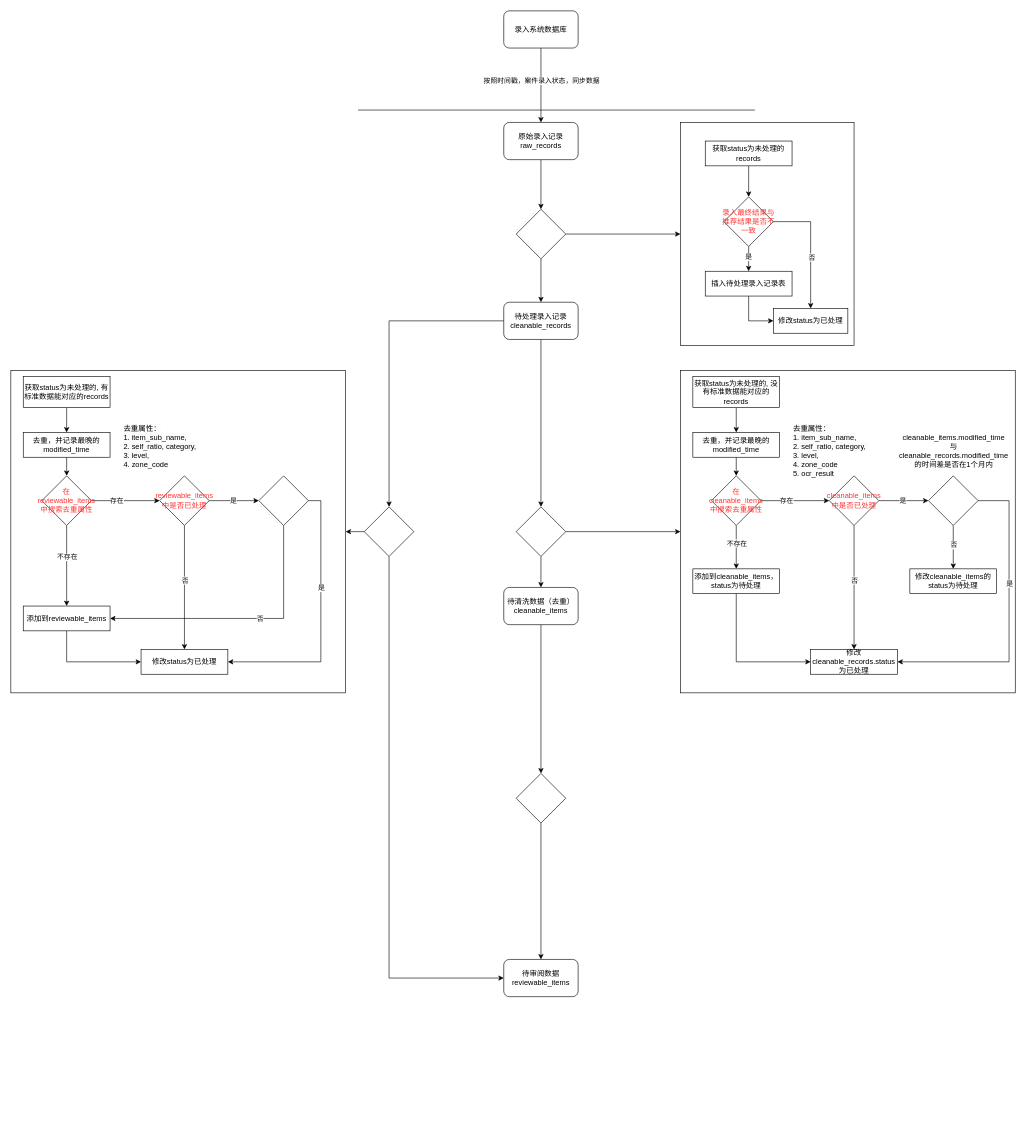
The draw.io diagram 对码/三目录反馈流程图.drawio in XiaoLiuAI/diagrams, before the edit. Source tidied: cells renumbered, new cells numbered last; positions are measured from the earlier drawing's top-left corner, leaving out a move shared by most shapes. Both pictures are drawn from the tidied source at 62%, with x=0, y=0 at pixel (11, 11).
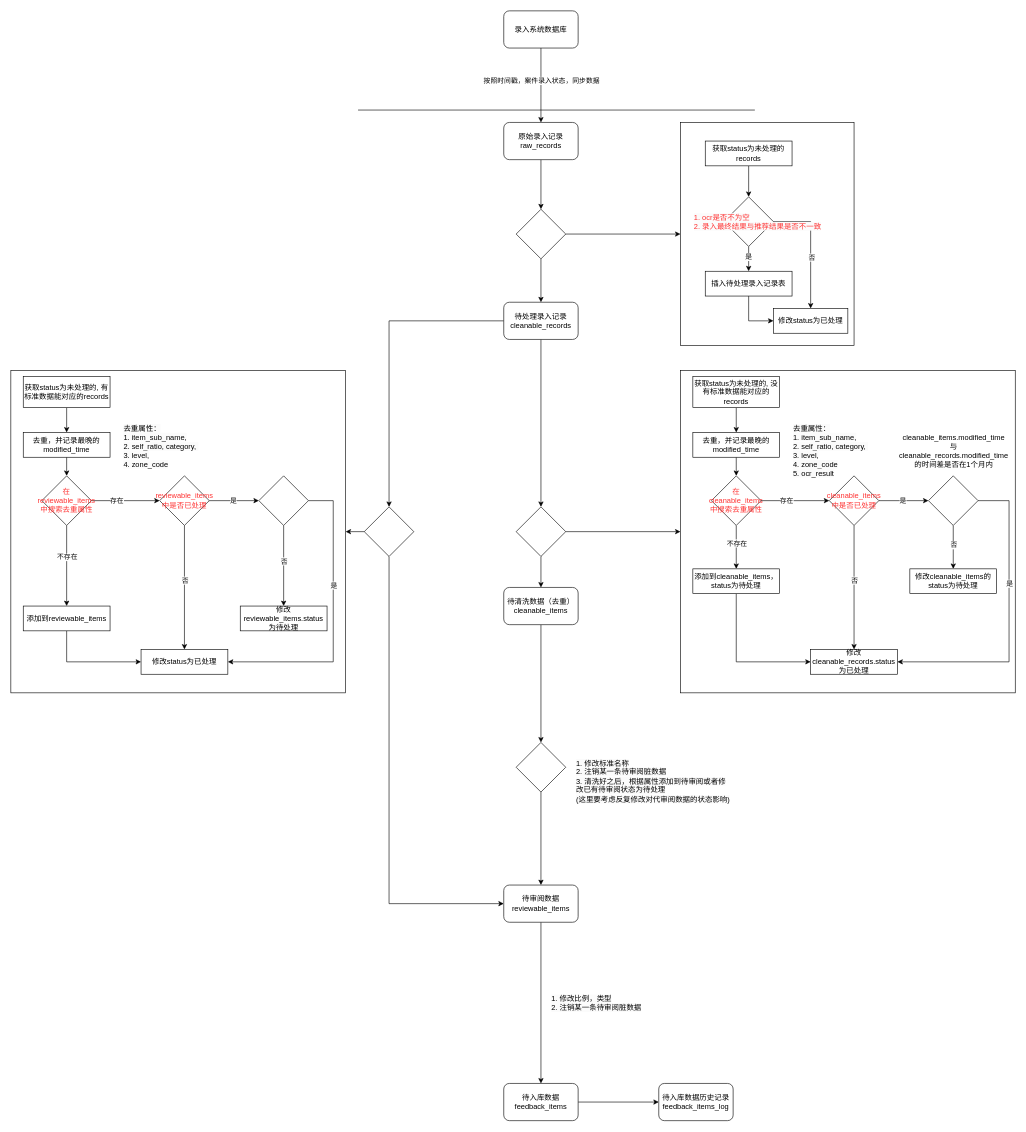
Above is the later version.

Commit message (it also covers changes not shown here):
更新三目录反馈流程图.drawio

Unchanged cells that the change refers to:
```xml
<mxCell id="76" style="rhombus;whiteSpace=wrap;html=1;spacing=-2;fontColor=#FF3333;" parent="1" vertex="1">
  <mxGeometry x="400" y="750" width="80" height="80" as="geometry" />
</mxCell>
<mxCell id="78" value="添加到reviewable_items" style="rounded=0;whiteSpace=wrap;html=1;" parent="1" vertex="1">
  <mxGeometry x="20" y="960" width="140" height="40" as="geometry" />
</mxCell>
<mxCell id="79" value="修改status为已处理" style="rounded=0;whiteSpace=wrap;html=1;" parent="1" vertex="1">
  <mxGeometry x="210" y="1030" width="140" height="40" as="geometry" />
</mxCell>
```

What changed in the source:
```diff
@@
-    <mxCell id="25" value="录入最终结果与推荐结果是否不一致" style="rhombus;whiteSpace=wrap;html=1;spacing=-2;fontColor=#FF3333;" parent="1" vertex="1">
+    <mxCell id="25" style="rhombus;whiteSpace=wrap;html=1;spacing=-2;fontColor=#FF3333;align=left;" parent="1" vertex="1">
       <mxGeometry x="1150" y="300" width="80" height="80" as="geometry" />
     </mxCell>
@@
-    <mxCell id="72" style="edgeStyle=orthogonalEdgeStyle;rounded=0;jettySize=auto;html=1;exitX=0.5;exitY=1;exitDx=0;exitDy=0;entryX=1;entryY=0.5;entryDx=0;entryDy=0;" parent="1" edge="1" source="76" target="78">
+    <mxCell id="72" style="edgeStyle=orthogonalEdgeStyle;rounded=0;jettySize=auto;html=1;exitX=0.5;exitY=1;exitDx=0;exitDy=0;" parent="1" edge="1" source="76" target="87">
       <mxGeometry relative="1" as="geometry" />
     </mxCell>
@@
     <mxCell id="74" style="edgeStyle=orthogonalEdgeStyle;rounded=0;jettySize=auto;html=1;exitX=1;exitY=0.5;exitDx=0;exitDy=0;entryX=1;entryY=0.5;entryDx=0;entryDy=0;" parent="1" edge="1" source="76" target="79">
-      <mxGeometry relative="1" as="geometry" />
+      <mxGeometry relative="1" as="geometry">
+        <Array as="points">
+          <mxPoint x="520" y="790" />
+          <mxPoint x="520" y="1050" />
+        </Array>
+      </mxGeometry>
     </mxCell>
@@
+    <mxCell id="86" style="edgeStyle=orthogonalEdgeStyle;rounded=0;jettySize=auto;html=1;exitX=0.5;exitY=1;exitDx=0;exitDy=0;" parent="1" edge="1" source="81" target="89">
+      <mxGeometry relative="1" as="geometry" />
+    </mxCell>
     <mxCell id="81" value="待审阅数据&lt;br style=&quot;border-color: var(--border-color);&quot;&gt;reviewable_items" style="rounded=1;whiteSpace=wrap;html=1;" parent="1" vertex="1">
-      <mxGeometry x="795" y="1530" width="120" height="60" as="geometry" />
+      <mxGeometry x="795" y="1410" width="120" height="60" as="geometry" />
     </mxCell>
@@
     <mxCell id="83" style="rhombus;whiteSpace=wrap;html=1;" parent="1" vertex="1">
-      <mxGeometry x="815" y="1230" width="80" height="80" as="geometry" />
+      <mxGeometry x="815" y="1180" width="80" height="80" as="geometry" />
     </mxCell>
@@
+    <mxCell id="87" value="修改reviewable_items.status为待处理" style="rounded=0;whiteSpace=wrap;html=1;" parent="1" vertex="1">
+      <mxGeometry x="370" y="960" width="140" height="40" as="geometry" />
+    </mxCell>
+    <mxCell id="88" style="edgeStyle=orthogonalEdgeStyle;rounded=0;jettySize=auto;html=1;exitX=1;exitY=0.5;exitDx=0;exitDy=0;entryX=0;entryY=0.5;entryDx=0;entryDy=0;" parent="1" edge="1" source="89" target="90">
+      <mxGeometry relative="1" as="geometry" />
+    </mxCell>
+    <mxCell id="89" value="待入库数据&lt;br style=&quot;border-color: var(--border-color);&quot;&gt;feedback_items" style="rounded=1;whiteSpace=wrap;html=1;" parent="1" vertex="1">
+      <mxGeometry x="795" y="1730" width="120" height="60" as="geometry" />
+    </mxCell>
+    <mxCell id="90" value="待入库数据历史记录&lt;br style=&quot;border-color: var(--border-color);&quot;&gt;feedback_items_log" style="rounded=1;whiteSpace=wrap;html=1;" parent="1" vertex="1">
+      <mxGeometry x="1045" y="1730" width="120" height="60" as="geometry" />
+    </mxCell>
+    <mxCell id="91" value="&lt;span style=&quot;color: rgb(0, 0, 0); font-family: Helvetica; font-size: 12px; font-style: normal; font-variant-ligatures: normal; font-variant-caps: normal; font-weight: 400; letter-spacing: normal; orphans: 2; text-align: center; text-indent: 0px; text-transform: none; widows: 2; word-spacing: 0px; -webkit-text-stroke-width: 0px; background-color: rgb(251, 251, 251); text-decoration-thickness: initial; text-decoration-style: initial; text-decoration-color: initial; float: none; display: inline !important;&quot;&gt;1. 修改比例，类型&lt;br&gt;2. 注销某一条待审阅脏数据&lt;br&gt;&lt;/span&gt;" style="text;whiteSpace=wrap;html=1;" parent="1" vertex="1">
+      <mxGeometry x="870" y="1580" width="250" height="40" as="geometry" />
+    </mxCell>
+    <mxCell id="92" value="&lt;span style=&quot;color: rgb(0, 0, 0); font-family: Helvetica; font-size: 12px; font-style: normal; font-variant-ligatures: normal; font-variant-caps: normal; font-weight: 400; letter-spacing: normal; orphans: 2; text-align: center; text-indent: 0px; text-transform: none; widows: 2; word-spacing: 0px; -webkit-text-stroke-width: 0px; background-color: rgb(251, 251, 251); text-decoration-thickness: initial; text-decoration-style: initial; text-decoration-color: initial; float: none; display: inline !important;&quot;&gt;1. 修改标准名称&lt;br&gt;2. 注销某一条待审阅脏数据&lt;br&gt;3. 清洗好之后，根据属性添加到待审阅或者修改已有待审阅状态为待处理&lt;br&gt;(这里要考虑反复修改对代审阅数据的状态影响)&lt;br&gt;&lt;/span&gt;" style="text;whiteSpace=wrap;html=1;" parent="1" vertex="1">
+      <mxGeometry x="910" y="1200" width="250" height="90" as="geometry" />
+    </mxCell>
+    <mxCell id="93" value="&lt;span style=&quot;color: rgb(255, 51, 51); font-family: Helvetica; font-size: 12px; font-style: normal; font-variant-ligatures: normal; font-variant-caps: normal; font-weight: 400; letter-spacing: normal; orphans: 2; text-align: left; text-indent: 0px; text-transform: none; widows: 2; word-spacing: 0px; -webkit-text-stroke-width: 0px; background-color: rgb(251, 251, 251); text-decoration-thickness: initial; text-decoration-style: initial; text-decoration-color: initial; float: none; display: inline !important;&quot;&gt;1. ocr是否不为空&lt;/span&gt;&lt;br style=&quot;border-color: var(--border-color); color: rgb(255, 51, 51); font-family: Helvetica; font-size: 12px; font-style: normal; font-variant-ligatures: normal; font-variant-caps: normal; font-weight: 400; letter-spacing: normal; orphans: 2; text-align: left; text-indent: 0px; text-transform: none; widows: 2; word-spacing: 0px; -webkit-text-stroke-width: 0px; background-color: rgb(251, 251, 251); text-decoration-thickness: initial; text-decoration-style: initial; text-decoration-color: initial;&quot;&gt;&lt;span style=&quot;color: rgb(255, 51, 51); font-family: Helvetica; font-size: 12px; font-style: normal; font-variant-ligatures: normal; font-variant-caps: normal; font-weight: 400; letter-spacing: normal; orphans: 2; text-align: left; text-indent: 0px; text-transform: none; widows: 2; word-spacing: 0px; -webkit-text-stroke-width: 0px; background-color: rgb(251, 251, 251); text-decoration-thickness: initial; text-decoration-style: initial; text-decoration-color: initial; float: none; display: inline !important;&quot;&gt;2. 录入最终结果与推荐结果是否不一致&lt;/span&gt;" style="text;whiteSpace=wrap;html=1;" parent="1" vertex="1">
+      <mxGeometry x="1100" y="320" width="240" height="50" as="geometry" />
+    </mxCell>
```
